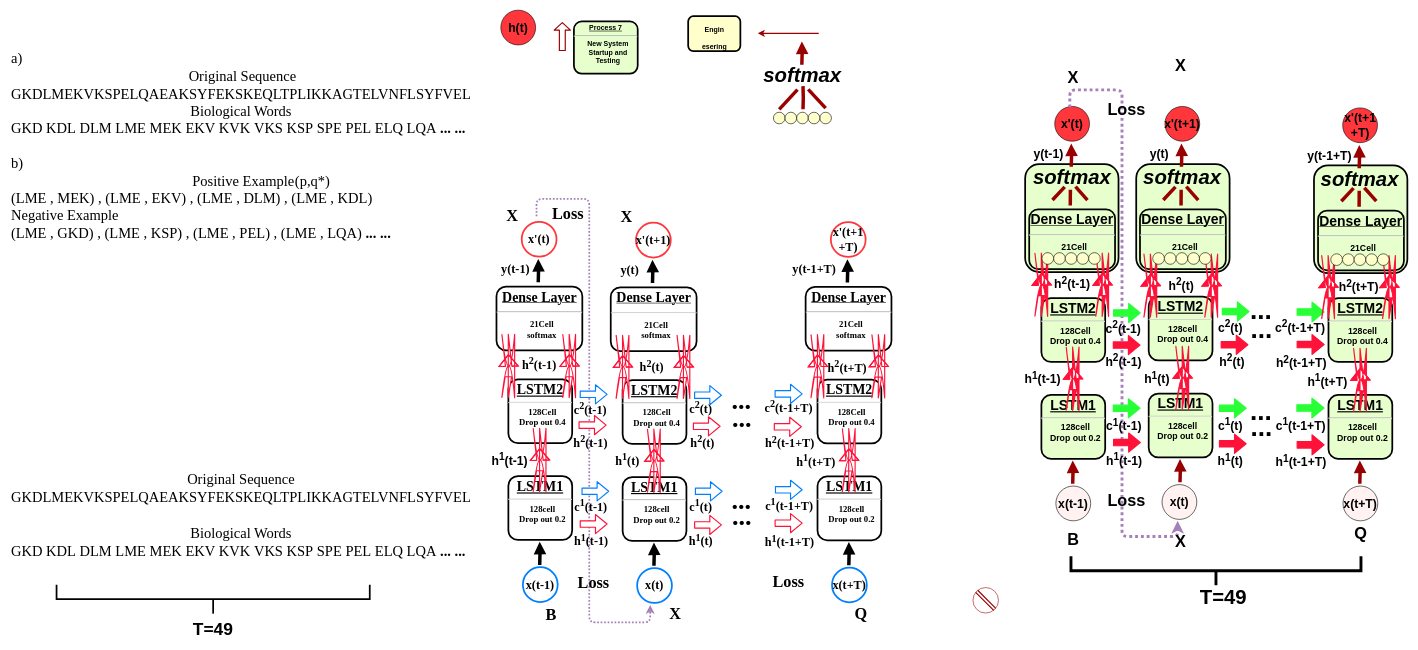
The draw.io diagram Untitled Diagram.drawio in chenjgui/Flow-chat, before the edit. Source tidied: cells renumbered, new cells numbered last; positions are measured from the earlier drawing's top-left corner, leaving out a move shared by most shapes. Both pictures are drawn from the tidied source at 58%, with x=0, y=0 at pixel (10, 10).
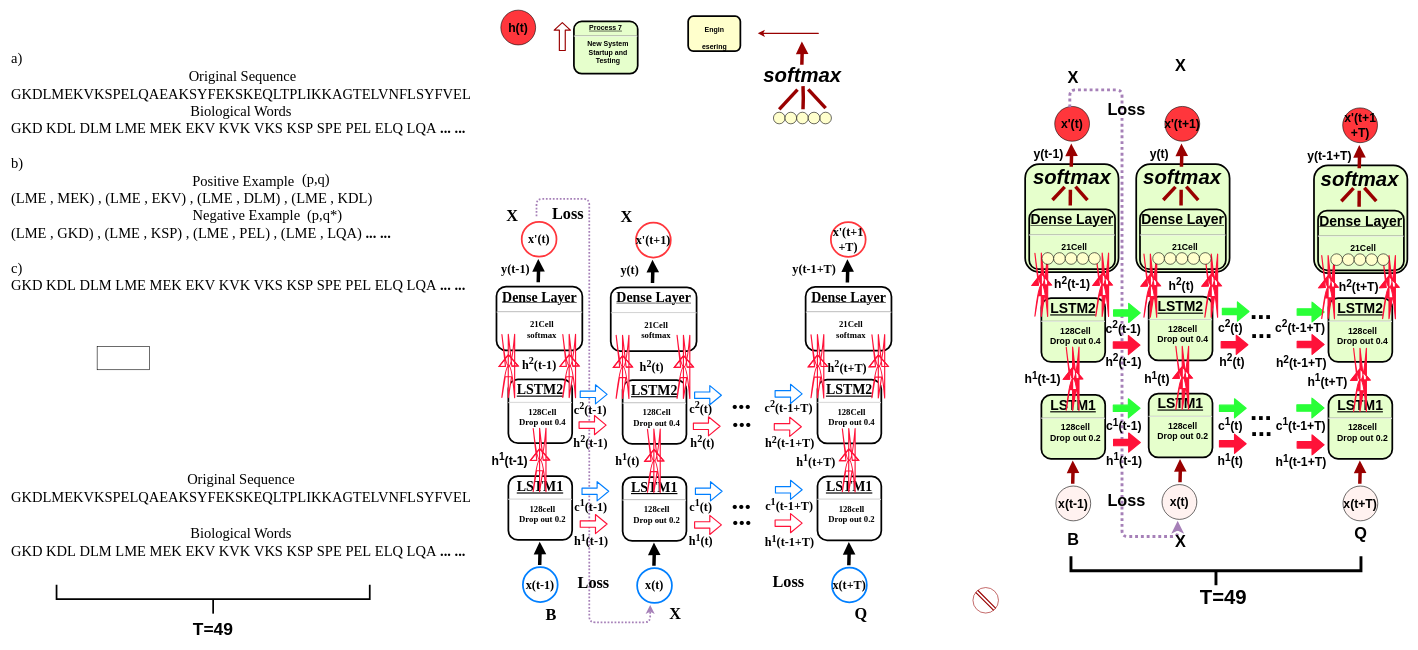
The same page after the edit.

Change to the diagram source:
```diff
@@
-    <mxCell id="219" value="&lt;div style=&quot;text-align: left ; font-size: 25px&quot;&gt;&lt;font face=&quot;Times New Roman&quot; style=&quot;font-size: 25px&quot;&gt;a)&lt;/font&gt;&lt;/div&gt;&lt;div style=&quot;text-align: left ; font-size: 25px&quot;&gt;&lt;font face=&quot;Times New Roman&quot; style=&quot;font-size: 25px&quot;&gt;&amp;nbsp; &amp;nbsp; &amp;nbsp; &amp;nbsp; &amp;nbsp; &amp;nbsp; &amp;nbsp; &amp;nbsp; &amp;nbsp; &amp;nbsp; &amp;nbsp; &amp;nbsp; &amp;nbsp; &amp;nbsp; &amp;nbsp; &amp;nbsp; &amp;nbsp; &amp;nbsp; &amp;nbsp; &amp;nbsp; &amp;nbsp; &amp;nbsp; &amp;nbsp; &amp;nbsp; &amp;nbsp;Original Sequence&lt;/font&gt;&lt;/div&gt;&lt;div style=&quot;font-size: 25px&quot;&gt;&lt;font face=&quot;Times New Roman&quot; style=&quot;font-size: 25px&quot;&gt;&lt;span&gt;GKDLMEKVKSPELQAEAKSYFEKSKEQLTPLIKKAGTELVNFLSYFVEL&lt;/span&gt;&lt;/font&gt;&lt;/div&gt;&lt;font face=&quot;Times New Roman&quot; style=&quot;font-size: 25px&quot;&gt;&lt;font style=&quot;font-size: 25px&quot;&gt;&lt;div style=&quot;text-align: center&quot;&gt;&lt;span&gt;&lt;font style=&quot;font-size: 25px&quot;&gt;Biological Words&lt;/font&gt;&lt;/span&gt;&lt;/div&gt;&lt;font style=&quot;font-size: 25px&quot;&gt;&lt;font style=&quot;font-size: 25px&quot;&gt;&lt;span&gt;GKD&amp;nbsp;&lt;/span&gt;&lt;/font&gt;&lt;span&gt;KDL&amp;nbsp;&lt;/span&gt;&lt;span&gt;DLM&amp;nbsp;&lt;/span&gt;&lt;span&gt;LME&amp;nbsp;&lt;/span&gt;&lt;span&gt;MEK&amp;nbsp;&lt;/span&gt;&lt;span&gt;EKV&amp;nbsp;&lt;/span&gt;&lt;font style=&quot;font-size: 25px&quot;&gt;&lt;span&gt;KVK&amp;nbsp;&lt;/span&gt;&lt;/font&gt;&lt;span&gt;VKS&amp;nbsp;&lt;/span&gt;&lt;span&gt;KSP&amp;nbsp;&lt;/span&gt;&lt;font style=&quot;font-size: 25px&quot;&gt;&lt;span&gt;SPE&amp;nbsp;&lt;/span&gt;&lt;/font&gt;&lt;span&gt;PEL&amp;nbsp;&lt;/span&gt;&lt;span&gt;ELQ&amp;nbsp;LQA&amp;nbsp;&lt;/span&gt;&lt;font style=&quot;font-size: 25px&quot;&gt;&lt;b&gt;... ...&lt;/b&gt;&lt;/font&gt;&lt;br&gt;&lt;/font&gt;&lt;div&gt;&lt;span&gt;&lt;font style=&quot;font-size: 25px&quot;&gt;&lt;br&gt;&lt;/font&gt;&lt;/span&gt;&lt;/div&gt;&lt;div&gt;&lt;span&gt;&lt;font style=&quot;font-size: 25px&quot;&gt;b)&lt;/font&gt;&lt;/span&gt;&lt;/div&gt;&lt;div&gt;&lt;span&gt;&lt;font style=&quot;font-size: 25px&quot;&gt;&amp;nbsp; &amp;nbsp; &amp;nbsp; &amp;nbsp; &amp;nbsp; &amp;nbsp; &amp;nbsp; &amp;nbsp; &amp;nbsp; &amp;nbsp; &amp;nbsp; &amp;nbsp; &amp;nbsp; &amp;nbsp; &amp;nbsp; &amp;nbsp; &amp;nbsp; &amp;nbsp; &amp;nbsp; &amp;nbsp; &amp;nbsp; &amp;nbsp; &amp;nbsp; &amp;nbsp; &amp;nbsp; Positive Example&lt;/font&gt;&lt;/span&gt;&lt;/div&gt;&lt;div&gt;&lt;span&gt;&lt;font style=&quot;font-size: 25px&quot;&gt;(LME , MEK) , (LME , EKV) , (LME , DLM) , (LME , KDL)&lt;/font&gt;&lt;/span&gt;&lt;/div&gt;&lt;div&gt;&lt;span&gt;&lt;font style=&quot;font-size: 25px&quot;&gt;Negative Example&lt;/font&gt;&lt;/span&gt;&lt;/div&gt;&lt;div&gt;&lt;font style=&quot;font-size: 25px&quot;&gt;&lt;font style=&quot;font-size: 25px&quot;&gt;(LME , GKD) , (LME , KSP) , (LME , PEL) , (LME , LQA&lt;/font&gt;) &lt;font style=&quot;font-size: 25px&quot;&gt;&lt;b&gt;... ...&lt;/b&gt;&lt;/font&gt;&lt;/font&gt;&lt;br&gt;&lt;/div&gt;&lt;/font&gt;&lt;/font&gt;" style="text;html=1;strokeColor=none;fillColor=none;align=left;verticalAlign=top;whiteSpace=wrap;rounded=0;" parent="1" vertex="1">
-      <mxGeometry y="60" width="802" height="460" as="geometry" />
+    <mxCell id="219" value="&lt;div style=&quot;text-align: left ; font-size: 25px&quot;&gt;&lt;font face=&quot;Times New Roman&quot; style=&quot;font-size: 25px&quot;&gt;a)&lt;/font&gt;&lt;/div&gt;&lt;div style=&quot;text-align: left ; font-size: 25px&quot;&gt;&lt;font face=&quot;Times New Roman&quot; style=&quot;font-size: 25px&quot;&gt;&amp;nbsp; &amp;nbsp; &amp;nbsp; &amp;nbsp; &amp;nbsp; &amp;nbsp; &amp;nbsp; &amp;nbsp; &amp;nbsp; &amp;nbsp; &amp;nbsp; &amp;nbsp; &amp;nbsp; &amp;nbsp; &amp;nbsp; &amp;nbsp; &amp;nbsp; &amp;nbsp; &amp;nbsp; &amp;nbsp; &amp;nbsp; &amp;nbsp; &amp;nbsp; &amp;nbsp; &amp;nbsp;Original Sequence&lt;/font&gt;&lt;/div&gt;&lt;div style=&quot;font-size: 25px&quot;&gt;&lt;font face=&quot;Times New Roman&quot; style=&quot;font-size: 25px&quot;&gt;&lt;span&gt;GKDLMEKVKSPELQAEAKSYFEKSKEQLTPLIKKAGTELVNFLSYFVEL&lt;/span&gt;&lt;/font&gt;&lt;/div&gt;&lt;font face=&quot;Times New Roman&quot; style=&quot;font-size: 25px&quot;&gt;&lt;font style=&quot;font-size: 25px&quot;&gt;&lt;div style=&quot;text-align: center&quot;&gt;&lt;span&gt;&lt;font style=&quot;font-size: 25px&quot;&gt;Biological Words&lt;/font&gt;&lt;/span&gt;&lt;/div&gt;&lt;font style=&quot;font-size: 25px&quot;&gt;&lt;font style=&quot;font-size: 25px&quot;&gt;&lt;span&gt;GKD&amp;nbsp;&lt;/span&gt;&lt;/font&gt;&lt;span&gt;KDL&amp;nbsp;&lt;/span&gt;&lt;span&gt;DLM&amp;nbsp;&lt;/span&gt;&lt;span&gt;LME&amp;nbsp;&lt;/span&gt;&lt;span&gt;MEK&amp;nbsp;&lt;/span&gt;&lt;span&gt;EKV&amp;nbsp;&lt;/span&gt;&lt;font style=&quot;font-size: 25px&quot;&gt;&lt;span&gt;KVK&amp;nbsp;&lt;/span&gt;&lt;/font&gt;&lt;span&gt;VKS&amp;nbsp;&lt;/span&gt;&lt;span&gt;KSP&amp;nbsp;&lt;/span&gt;&lt;font style=&quot;font-size: 25px&quot;&gt;&lt;span&gt;SPE&amp;nbsp;&lt;/span&gt;&lt;/font&gt;&lt;span&gt;PEL&amp;nbsp;&lt;/span&gt;&lt;span&gt;ELQ&amp;nbsp;LQA&amp;nbsp;&lt;/span&gt;&lt;font style=&quot;font-size: 25px&quot;&gt;&lt;b&gt;... ...&lt;/b&gt;&lt;/font&gt;&lt;br&gt;&lt;/font&gt;&lt;div&gt;&lt;span&gt;&lt;font style=&quot;font-size: 25px&quot;&gt;&lt;br&gt;&lt;/font&gt;&lt;/span&gt;&lt;/div&gt;&lt;div&gt;&lt;span&gt;&lt;font style=&quot;font-size: 25px&quot;&gt;b)&lt;/font&gt;&lt;/span&gt;&lt;/div&gt;&lt;div&gt;&lt;span&gt;&lt;font style=&quot;font-size: 25px&quot;&gt;&amp;nbsp; &amp;nbsp; &amp;nbsp; &amp;nbsp; &amp;nbsp; &amp;nbsp; &amp;nbsp; &amp;nbsp; &amp;nbsp; &amp;nbsp; &amp;nbsp; &amp;nbsp; &amp;nbsp; &amp;nbsp; &amp;nbsp; &amp;nbsp; &amp;nbsp; &amp;nbsp; &amp;nbsp; &amp;nbsp; &amp;nbsp; &amp;nbsp; &amp;nbsp; &amp;nbsp; &amp;nbsp; Positive Example&lt;/font&gt;&lt;/span&gt;&lt;/div&gt;&lt;div&gt;&lt;span&gt;&lt;font style=&quot;font-size: 25px&quot;&gt;(LME , MEK) , (LME , EKV) , (LME , DLM) , (LME , KDL)&lt;/font&gt;&lt;/span&gt;&lt;/div&gt;&lt;div style=&quot;text-align: center&quot;&gt;&lt;span&gt;&lt;font style=&quot;font-size: 25px&quot;&gt;&amp;nbsp; &amp;nbsp;Negative Example&lt;/font&gt;&lt;/span&gt;&lt;/div&gt;&lt;div&gt;&lt;font style=&quot;font-size: 25px&quot;&gt;&lt;font style=&quot;font-size: 25px&quot;&gt;(LME , GKD) , (LME , KSP) , (LME , PEL) , (LME , LQA&lt;/font&gt;) &lt;font style=&quot;font-size: 25px&quot;&gt;&lt;b&gt;... ...&lt;/b&gt;&lt;/font&gt;&lt;/font&gt;&lt;br&gt;&lt;/div&gt;&lt;div&gt;&lt;font style=&quot;font-size: 25px&quot;&gt;&lt;font style=&quot;font-size: 25px&quot;&gt;&lt;b&gt;&lt;br&gt;&lt;/b&gt;&lt;/font&gt;&lt;/font&gt;&lt;/div&gt;&lt;div&gt;&lt;font style=&quot;font-size: 25px&quot;&gt;&lt;font style=&quot;font-size: 25px&quot;&gt;c)&lt;b&gt;&lt;br&gt;&lt;/b&gt;&lt;/font&gt;&lt;/font&gt;&lt;/div&gt;&lt;div&gt;&lt;font style=&quot;font-size: 25px&quot;&gt;&lt;font style=&quot;font-size: 25px&quot;&gt;GKD&amp;nbsp;KDL&amp;nbsp;DLM&amp;nbsp;LME&amp;nbsp;MEK&amp;nbsp;EKV&amp;nbsp;KVK&amp;nbsp;VKS&amp;nbsp;KSP&amp;nbsp;SPE&amp;nbsp;PEL&amp;nbsp;ELQ&amp;nbsp;LQA&amp;nbsp;&lt;b&gt;... ...&lt;/b&gt;&lt;br&gt;&lt;/font&gt;&lt;/font&gt;&lt;/div&gt;&lt;/font&gt;&lt;/font&gt;" style="text;html=1;strokeColor=none;fillColor=none;align=left;verticalAlign=top;whiteSpace=wrap;rounded=0;" parent="1" vertex="1">
+      <mxGeometry y="60" width="802" height="540" as="geometry" />
     </mxCell>
-    <mxCell id="220" value="&lt;font style=&quot;font-size: 25px&quot;&gt;(p,q*)&lt;/font&gt;" style="text;html=1;strokeColor=none;fillColor=none;align=center;verticalAlign=middle;whiteSpace=wrap;rounded=0;fontFamily=Times New Roman;fontSize=25;" parent="1" vertex="1">
-      <mxGeometry x="484.5" y="270.5" width="73" height="46" as="geometry" />
+    <mxCell id="220" value="&lt;font style=&quot;font-size: 25px&quot;&gt;(p,q)&lt;/font&gt;" style="text;html=1;strokeColor=none;fillColor=none;align=center;verticalAlign=middle;whiteSpace=wrap;rounded=0;fontFamily=Times New Roman;fontSize=25;" parent="1" vertex="1">
+      <mxGeometry x="490.5" y="268.5" width="73" height="46" as="geometry" />
     </mxCell>
+    <mxCell id="221" value="&lt;font style=&quot;font-size: 25px&quot;&gt;(p,q*)&lt;/font&gt;" style="text;html=1;strokeColor=none;fillColor=none;align=center;verticalAlign=middle;whiteSpace=wrap;rounded=0;fontFamily=Times New Roman;fontSize=25;" parent="1" vertex="1">
+      <mxGeometry x="506" y="329.5" width="73" height="46" as="geometry" />
+    </mxCell>
+    <mxCell id="222" style="rounded=0;whiteSpace=wrap;html=1;fontFamily=Times New Roman;fontSize=25;gradientColor=none;" parent="1" vertex="1">
+      <mxGeometry x="150" y="580" width="90" height="40" as="geometry" />
+    </mxCell>
```
